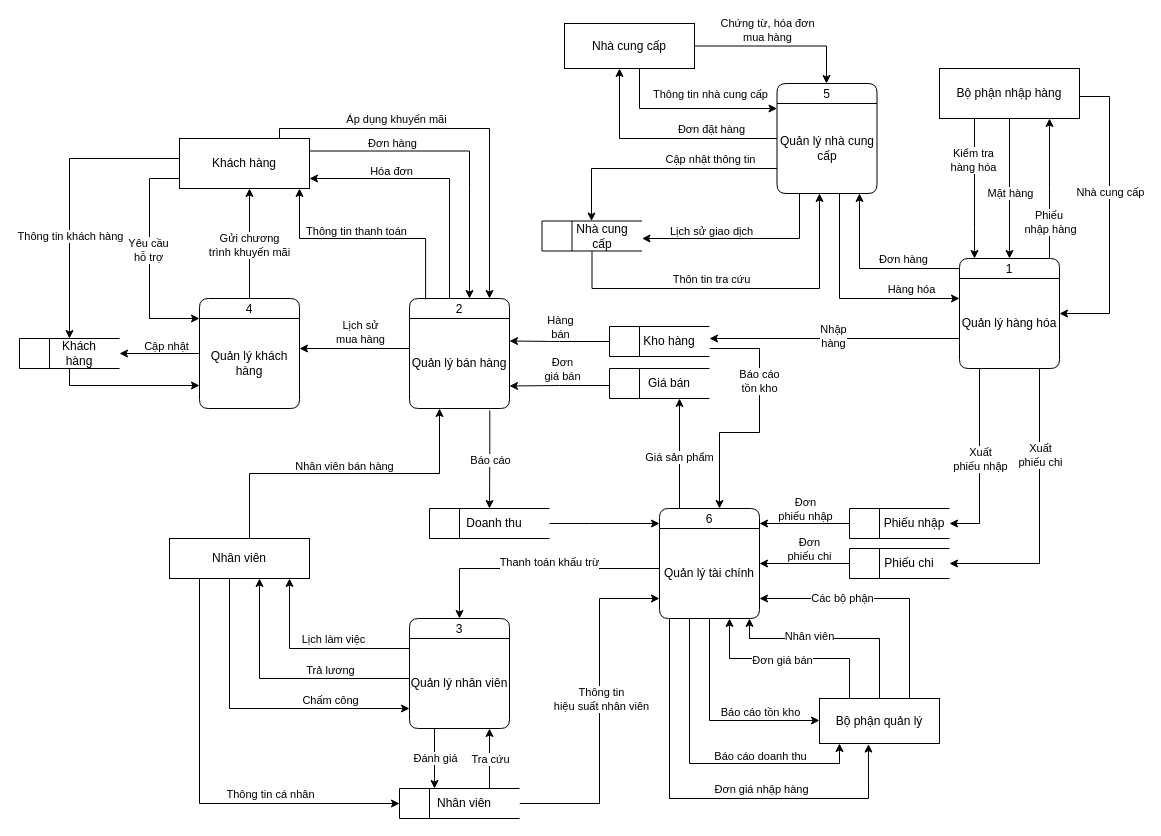
DatLe328/Phan-tich-thiet-ke-he-thong keeps this draw.io diagram as DFS dinh.drawio. Above is the earlier version. Source tidied: cells renumbered, new cells numbered last; positions are measured from the earlier drawing's top-left corner, leaving out a move shared by most shapes. Both pictures are drawn from the tidied source at 100%, with x=0, y=0 at pixel (19, 23).
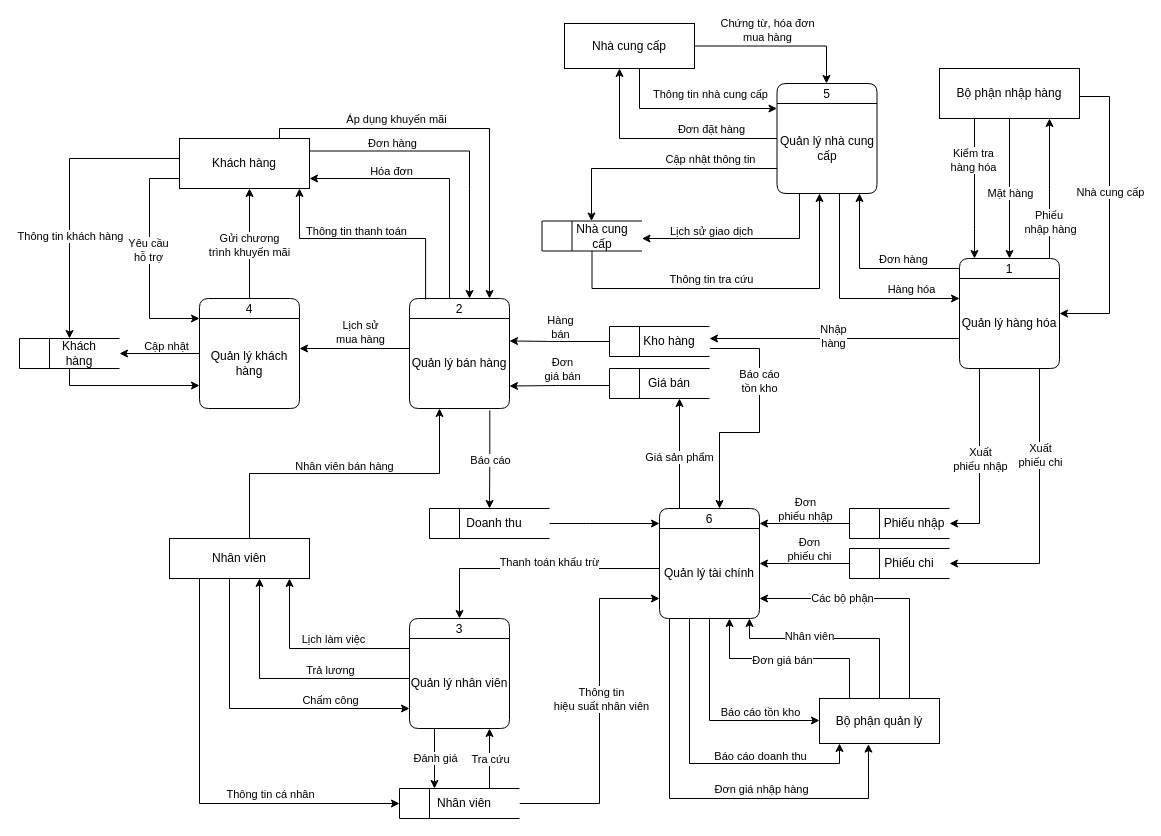
The same page after the edit.

Commit message (it also covers changes not shown here):
Cập nhật DFS dinh.drawio

The change refers to these unchanged cells:
```xml
<mxCell id="111" style="edgeStyle=orthogonalEdgeStyle;rounded=0;jettySize=auto;html=1;" parent="1" edge="1" source="113" target="12">
  <mxGeometry relative="1" as="geometry">
    <Array as="points">
      <mxPoint x="573" y="265" />
      <mxPoint x="800" y="265" />
    </Array>
  </mxGeometry>
</mxCell>
```

What changed in the source:
```diff
@@
-    <mxCell id="112" value="Thôn tin tra cứu" style="edgeLabel;html=1;align=center;verticalAlign=middle;" parent="111" vertex="1">
+    <mxCell id="112" value="Thông tin tra cứu" style="edgeLabel;html=1;align=center;verticalAlign=middle;" parent="111" vertex="1">
       <mxGeometry x="-0.31" y="1" relative="1" as="geometry">
         <mxPoint x="32" y="-9" as="offset" />
       </mxGeometry>
     </mxCell>
```
